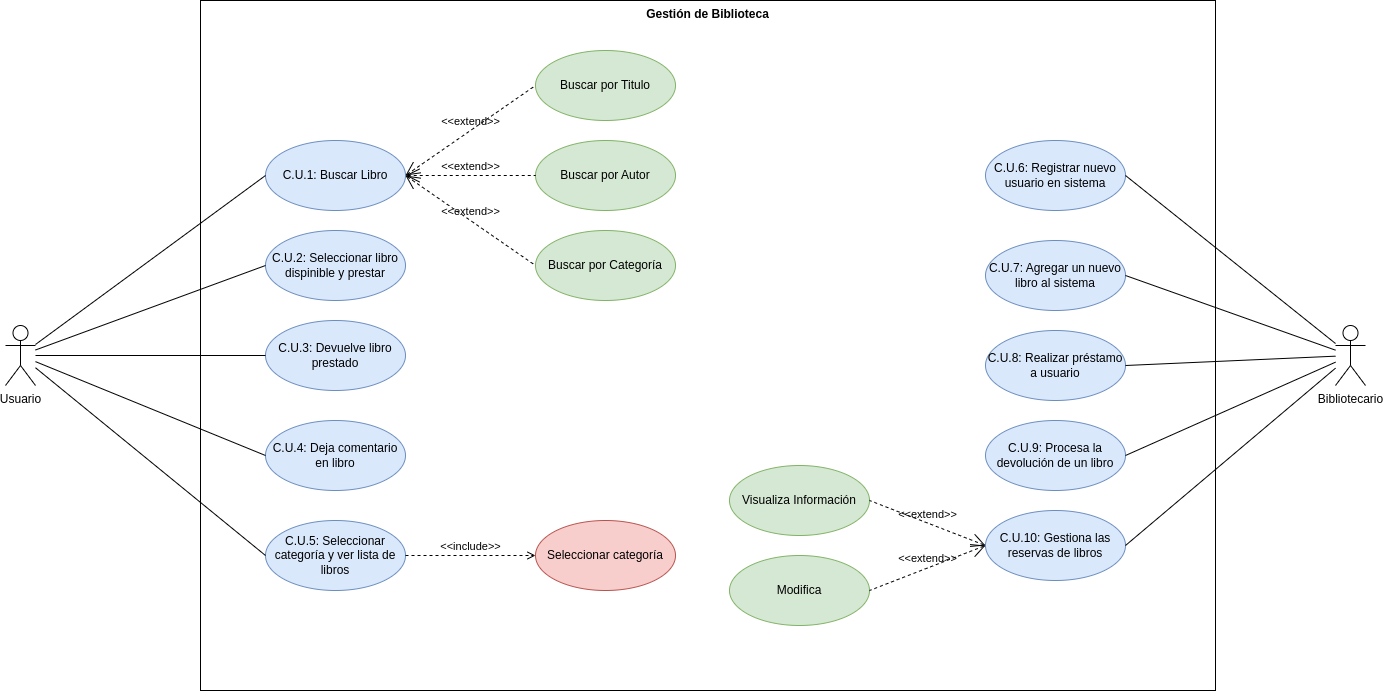
This is diagramas/diagrama-casos-uso/img/DiagramaCasosUso.png from PeterMartEsc/proyecto_biblioteca, a draw.io export, as it was before one commit. Source tidied: cells renumbered, new cells last; positions are measured from the earlier drawing's top-left corner, leaving out a move shared by most shapes. Its diagram source:
```xml
<mxGraphModel>
  <root>
    <mxCell id="0" />
    <mxCell id="1" parent="0" />
    <mxCell id="2" value="C.U.1: Buscar Libro" style="ellipse;whiteSpace=wrap;html=1;fillColor=#dae8fc;strokeColor=#6c8ebf;" parent="1" vertex="1">
      <mxGeometry x="260" y="140" width="140" height="70" as="geometry" />
    </mxCell>
    <mxCell id="3" value="C.U.2: Seleccionar libro dispinible y prestar" style="ellipse;whiteSpace=wrap;html=1;fillColor=#dae8fc;strokeColor=#6c8ebf;" parent="1" vertex="1">
      <mxGeometry x="260" y="230" width="140" height="70" as="geometry" />
    </mxCell>
    <mxCell id="4" value="C.U.3: Devuelve libro prestado" style="ellipse;whiteSpace=wrap;html=1;fillColor=#dae8fc;strokeColor=#6c8ebf;" parent="1" vertex="1">
      <mxGeometry x="260" y="320" width="140" height="70" as="geometry" />
    </mxCell>
    <mxCell id="5" value="C.U.4: Deja comentario en libro" style="ellipse;whiteSpace=wrap;html=1;fillColor=#dae8fc;strokeColor=#6c8ebf;" parent="1" vertex="1">
      <mxGeometry x="260" y="420" width="140" height="70" as="geometry" />
    </mxCell>
    <mxCell id="6" value="C.U.5: Seleccionar categoría y ver lista de libros" style="ellipse;whiteSpace=wrap;html=1;fillColor=#dae8fc;strokeColor=#6c8ebf;" parent="1" vertex="1">
      <mxGeometry x="260" y="520" width="140" height="70" as="geometry" />
    </mxCell>
    <mxCell id="7" value="C.U.6: Registrar nuevo usuario en sistema" style="ellipse;whiteSpace=wrap;html=1;fillColor=#dae8fc;strokeColor=#6c8ebf;" parent="1" vertex="1">
      <mxGeometry x="980" y="140" width="140" height="70" as="geometry" />
    </mxCell>
    <mxCell id="8" value="C.U.7: Agregar un nuevo libro al sistema" style="ellipse;whiteSpace=wrap;html=1;fillColor=#dae8fc;strokeColor=#6c8ebf;" parent="1" vertex="1">
      <mxGeometry x="980" y="240" width="140" height="70" as="geometry" />
    </mxCell>
    <mxCell id="9" value="C.U.8: Realizar préstamo a usuario" style="ellipse;whiteSpace=wrap;html=1;fillColor=#dae8fc;strokeColor=#6c8ebf;" parent="1" vertex="1">
      <mxGeometry x="980" y="330" width="140" height="70" as="geometry" />
    </mxCell>
    <mxCell id="10" value="C.U.9: Procesa la devolución de un libro" style="ellipse;whiteSpace=wrap;html=1;fillColor=#dae8fc;strokeColor=#6c8ebf;" parent="1" vertex="1">
      <mxGeometry x="980" y="420" width="140" height="70" as="geometry" />
    </mxCell>
    <mxCell id="11" value="C.U.10: Gestiona las reservas de libros" style="ellipse;whiteSpace=wrap;html=1;fillColor=#dae8fc;strokeColor=#6c8ebf;" parent="1" vertex="1">
      <mxGeometry x="980" y="510" width="140" height="70" as="geometry" />
    </mxCell>
    <mxCell id="12" style="rounded=0;jettySize=auto;html=1;entryX=0;entryY=0.5;entryDx=0;entryDy=0;endArrow=none;endFill=0;" parent="1" edge="1" source="17" target="2">
      <mxGeometry relative="1" as="geometry" />
    </mxCell>
    <mxCell id="13" style="rounded=0;jettySize=auto;html=1;entryX=0;entryY=0.5;entryDx=0;entryDy=0;endArrow=none;endFill=0;" parent="1" edge="1" source="17" target="3">
      <mxGeometry relative="1" as="geometry" />
    </mxCell>
    <mxCell id="14" style="rounded=0;jettySize=auto;html=1;entryX=0;entryY=0.5;entryDx=0;entryDy=0;endArrow=none;endFill=0;" parent="1" edge="1" source="17" target="4">
      <mxGeometry relative="1" as="geometry" />
    </mxCell>
    <mxCell id="15" style="rounded=0;jettySize=auto;html=1;entryX=0;entryY=0.5;entryDx=0;entryDy=0;endArrow=none;endFill=0;" parent="1" edge="1" source="17" target="5">
      <mxGeometry relative="1" as="geometry" />
    </mxCell>
    <mxCell id="16" style="rounded=0;jettySize=auto;html=1;entryX=0;entryY=0.5;entryDx=0;entryDy=0;endArrow=none;endFill=0;" parent="1" edge="1" source="17" target="6">
      <mxGeometry relative="1" as="geometry" />
    </mxCell>
    <mxCell id="17" value="Usuario" style="shape=umlActor;html=1;verticalLabelPosition=bottom;verticalAlign=top;align=center;" parent="1" vertex="1">
      <mxGeometry y="325" width="30" height="60" as="geometry" />
    </mxCell>
    <mxCell id="18" style="rounded=0;jettySize=auto;html=1;entryX=1;entryY=0.5;entryDx=0;entryDy=0;endArrow=none;endFill=0;" parent="1" edge="1" source="23" target="7">
      <mxGeometry relative="1" as="geometry" />
    </mxCell>
    <mxCell id="19" style="rounded=0;jettySize=auto;html=1;entryX=1;entryY=0.5;entryDx=0;entryDy=0;endArrow=none;endFill=0;" parent="1" edge="1" source="23" target="8">
      <mxGeometry relative="1" as="geometry" />
    </mxCell>
    <mxCell id="20" style="rounded=0;jettySize=auto;html=1;entryX=1;entryY=0.5;entryDx=0;entryDy=0;endArrow=none;endFill=0;" parent="1" edge="1" source="23" target="9">
      <mxGeometry relative="1" as="geometry" />
    </mxCell>
    <mxCell id="21" style="rounded=0;jettySize=auto;html=1;entryX=1;entryY=0.5;entryDx=0;entryDy=0;endArrow=none;endFill=0;" parent="1" edge="1" source="23" target="10">
      <mxGeometry relative="1" as="geometry" />
    </mxCell>
    <mxCell id="22" style="rounded=0;jettySize=auto;html=1;entryX=1;entryY=0.5;entryDx=0;entryDy=0;endArrow=none;endFill=0;" parent="1" edge="1" source="23" target="11">
      <mxGeometry relative="1" as="geometry" />
    </mxCell>
    <mxCell id="23" value="Bibliotecario" style="shape=umlActor;html=1;verticalLabelPosition=bottom;verticalAlign=top;align=center;" parent="1" vertex="1">
      <mxGeometry x="1330" y="325" width="30" height="60" as="geometry" />
    </mxCell>
    <mxCell id="24" value="Buscar por Titulo" style="ellipse;whiteSpace=wrap;html=1;fillColor=#d5e8d4;strokeColor=#82b366;" parent="1" vertex="1">
      <mxGeometry x="530" y="50" width="140" height="70" as="geometry" />
    </mxCell>
    <mxCell id="25" value="Buscar por Autor" style="ellipse;whiteSpace=wrap;html=1;fillColor=#d5e8d4;strokeColor=#82b366;" parent="1" vertex="1">
      <mxGeometry x="530" y="140" width="140" height="70" as="geometry" />
    </mxCell>
    <mxCell id="26" value="Buscar por Categoría" style="ellipse;whiteSpace=wrap;html=1;fillColor=#d5e8d4;strokeColor=#82b366;" parent="1" vertex="1">
      <mxGeometry x="530" y="230" width="140" height="70" as="geometry" />
    </mxCell>
    <mxCell id="27" value="Seleccionar categoría" style="ellipse;whiteSpace=wrap;html=1;fillColor=#f8cecc;strokeColor=#b85450;" parent="1" vertex="1">
      <mxGeometry x="530" y="520" width="140" height="70" as="geometry" />
    </mxCell>
    <mxCell id="28" value="&amp;lt;&amp;lt;extend&amp;gt;&amp;gt;" style="edgeStyle=none;html=1;startArrow=open;endArrow=none;startSize=12;verticalAlign=bottom;dashed=1;labelBackgroundColor=none;rounded=0;entryX=0;entryY=0.5;entryDx=0;entryDy=0;exitX=1;exitY=0.5;exitDx=0;exitDy=0;" parent="1" edge="1" source="2" target="24">
      <mxGeometry relative="1" as="geometry" />
    </mxCell>
    <mxCell id="29" value="&amp;lt;&amp;lt;include&amp;gt;&amp;gt;" style="edgeStyle=none;html=1;endArrow=open;verticalAlign=bottom;dashed=1;labelBackgroundColor=none;rounded=0;exitX=1;exitY=0.5;exitDx=0;exitDy=0;entryX=0;entryY=0.5;entryDx=0;entryDy=0;" parent="1" edge="1" source="6" target="27">
      <mxGeometry relative="1" as="geometry" />
    </mxCell>
    <mxCell id="30" value="&amp;lt;&amp;lt;extend&amp;gt;&amp;gt;" style="edgeStyle=none;html=1;startArrow=open;endArrow=none;startSize=12;verticalAlign=bottom;dashed=1;labelBackgroundColor=none;rounded=0;entryX=0;entryY=0.5;entryDx=0;entryDy=0;" parent="1" edge="1" target="25">
      <mxGeometry relative="1" as="geometry">
        <mxPoint x="400" y="175" as="sourcePoint" />
      </mxGeometry>
    </mxCell>
    <mxCell id="31" value="&amp;lt;&amp;lt;extend&amp;gt;&amp;gt;" style="edgeStyle=none;html=1;startArrow=open;endArrow=none;startSize=12;verticalAlign=bottom;dashed=1;labelBackgroundColor=none;rounded=0;entryX=0;entryY=0.5;entryDx=0;entryDy=0;exitX=1;exitY=0.5;exitDx=0;exitDy=0;" parent="1" edge="1" source="2" target="26">
      <mxGeometry relative="1" as="geometry" />
    </mxCell>
    <mxCell id="32" value="Modifica" style="ellipse;whiteSpace=wrap;html=1;fillColor=#d5e8d4;strokeColor=#82b366;" parent="1" vertex="1">
      <mxGeometry x="724" y="555" width="140" height="70" as="geometry" />
    </mxCell>
    <mxCell id="33" value="Visualiza Información" style="ellipse;whiteSpace=wrap;html=1;fillColor=#d5e8d4;strokeColor=#82b366;" parent="1" vertex="1">
      <mxGeometry x="724" y="465" width="140" height="70" as="geometry" />
    </mxCell>
    <mxCell id="34" value="&amp;lt;&amp;lt;extend&amp;gt;&amp;gt;" style="edgeStyle=none;html=1;startArrow=open;endArrow=none;startSize=12;verticalAlign=bottom;dashed=1;labelBackgroundColor=none;rounded=0;entryX=1;entryY=0.5;entryDx=0;entryDy=0;exitX=0;exitY=0.5;exitDx=0;exitDy=0;" parent="1" edge="1" source="11" target="33">
      <mxGeometry relative="1" as="geometry" />
    </mxCell>
    <mxCell id="35" value="&amp;lt;&amp;lt;extend&amp;gt;&amp;gt;" style="edgeStyle=none;html=1;startArrow=open;endArrow=none;startSize=12;verticalAlign=bottom;dashed=1;labelBackgroundColor=none;rounded=0;entryX=1;entryY=0.5;entryDx=0;entryDy=0;exitX=0;exitY=0.5;exitDx=0;exitDy=0;" parent="1" edge="1" source="11" target="32">
      <mxGeometry relative="1" as="geometry" />
    </mxCell>
    <mxCell id="36" value="Gestión de Biblioteca" style="shape=rect;html=1;verticalAlign=top;fontStyle=1;whiteSpace=wrap;align=center;fillColor=none;" parent="1" vertex="1">
      <mxGeometry x="195" width="1015" height="690" as="geometry" />
    </mxCell>
  </root>
</mxGraphModel>
```
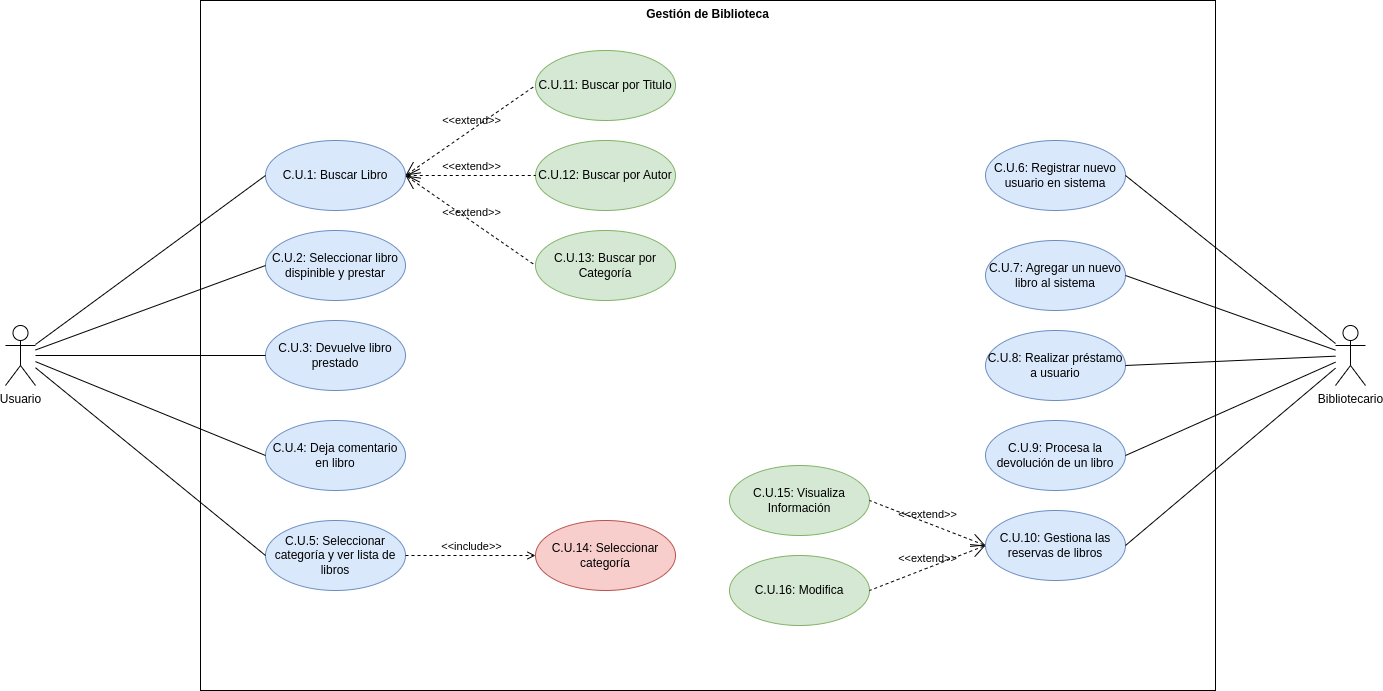
Later version of the same file.

The edit, as a diff of the source:
```diff
@@ -68,16 +68,16 @@
     <mxCell id="23" value="Bibliotecario" style="shape=umlActor;html=1;verticalLabelPosition=bottom;verticalAlign=top;align=center;" parent="1" vertex="1">
       <mxGeometry x="1330" y="325" width="30" height="60" as="geometry" />
     </mxCell>
-    <mxCell id="24" value="Buscar por Titulo" style="ellipse;whiteSpace=wrap;html=1;fillColor=#d5e8d4;strokeColor=#82b366;" parent="1" vertex="1">
+    <mxCell id="24" value="C.U.11: Buscar por Titulo" style="ellipse;whiteSpace=wrap;html=1;fillColor=#d5e8d4;strokeColor=#82b366;" parent="1" vertex="1">
       <mxGeometry x="530" y="50" width="140" height="70" as="geometry" />
     </mxCell>
-    <mxCell id="25" value="Buscar por Autor" style="ellipse;whiteSpace=wrap;html=1;fillColor=#d5e8d4;strokeColor=#82b366;" parent="1" vertex="1">
+    <mxCell id="25" value="C.U.12: Buscar por Autor" style="ellipse;whiteSpace=wrap;html=1;fillColor=#d5e8d4;strokeColor=#82b366;" parent="1" vertex="1">
       <mxGeometry x="530" y="140" width="140" height="70" as="geometry" />
     </mxCell>
-    <mxCell id="26" value="Buscar por Categoría" style="ellipse;whiteSpace=wrap;html=1;fillColor=#d5e8d4;strokeColor=#82b366;" parent="1" vertex="1">
+    <mxCell id="26" value="C.U.13: Buscar por Categoría" style="ellipse;whiteSpace=wrap;html=1;fillColor=#d5e8d4;strokeColor=#82b366;" parent="1" vertex="1">
       <mxGeometry x="530" y="230" width="140" height="70" as="geometry" />
     </mxCell>
-    <mxCell id="27" value="Seleccionar categoría" style="ellipse;whiteSpace=wrap;html=1;fillColor=#f8cecc;strokeColor=#b85450;" parent="1" vertex="1">
+    <mxCell id="27" value="C.U.14: Seleccionar categoría" style="ellipse;whiteSpace=wrap;html=1;fillColor=#f8cecc;strokeColor=#b85450;" parent="1" vertex="1">
       <mxGeometry x="530" y="520" width="140" height="70" as="geometry" />
     </mxCell>
     <mxCell id="28" value="&amp;lt;&amp;lt;extend&amp;gt;&amp;gt;" style="edgeStyle=none;html=1;startArrow=open;endArrow=none;startSize=12;verticalAlign=bottom;dashed=1;labelBackgroundColor=none;rounded=0;entryX=0;entryY=0.5;entryDx=0;entryDy=0;exitX=1;exitY=0.5;exitDx=0;exitDy=0;" parent="1" edge="1" source="2" target="24">
@@ -94,10 +94,10 @@
     <mxCell id="31" value="&amp;lt;&amp;lt;extend&amp;gt;&amp;gt;" style="edgeStyle=none;html=1;startArrow=open;endArrow=none;startSize=12;verticalAlign=bottom;dashed=1;labelBackgroundColor=none;rounded=0;entryX=0;entryY=0.5;entryDx=0;entryDy=0;exitX=1;exitY=0.5;exitDx=0;exitDy=0;" parent="1" edge="1" source="2" target="26">
       <mxGeometry relative="1" as="geometry" />
     </mxCell>
-    <mxCell id="32" value="Modifica" style="ellipse;whiteSpace=wrap;html=1;fillColor=#d5e8d4;strokeColor=#82b366;" parent="1" vertex="1">
+    <mxCell id="32" value="C.U.16: Modifica" style="ellipse;whiteSpace=wrap;html=1;fillColor=#d5e8d4;strokeColor=#82b366;" parent="1" vertex="1">
       <mxGeometry x="724" y="555" width="140" height="70" as="geometry" />
     </mxCell>
-    <mxCell id="33" value="Visualiza Información" style="ellipse;whiteSpace=wrap;html=1;fillColor=#d5e8d4;strokeColor=#82b366;" parent="1" vertex="1">
+    <mxCell id="33" value="C.U.15: Visualiza Información" style="ellipse;whiteSpace=wrap;html=1;fillColor=#d5e8d4;strokeColor=#82b366;" parent="1" vertex="1">
       <mxGeometry x="724" y="465" width="140" height="70" as="geometry" />
     </mxCell>
     <mxCell id="34" value="&amp;lt;&amp;lt;extend&amp;gt;&amp;gt;" style="edgeStyle=none;html=1;startArrow=open;endArrow=none;startSize=12;verticalAlign=bottom;dashed=1;labelBackgroundColor=none;rounded=0;entryX=1;entryY=0.5;entryDx=0;entryDy=0;exitX=0;exitY=0.5;exitDx=0;exitDy=0;" parent="1" edge="1" source="11" target="33">
```
